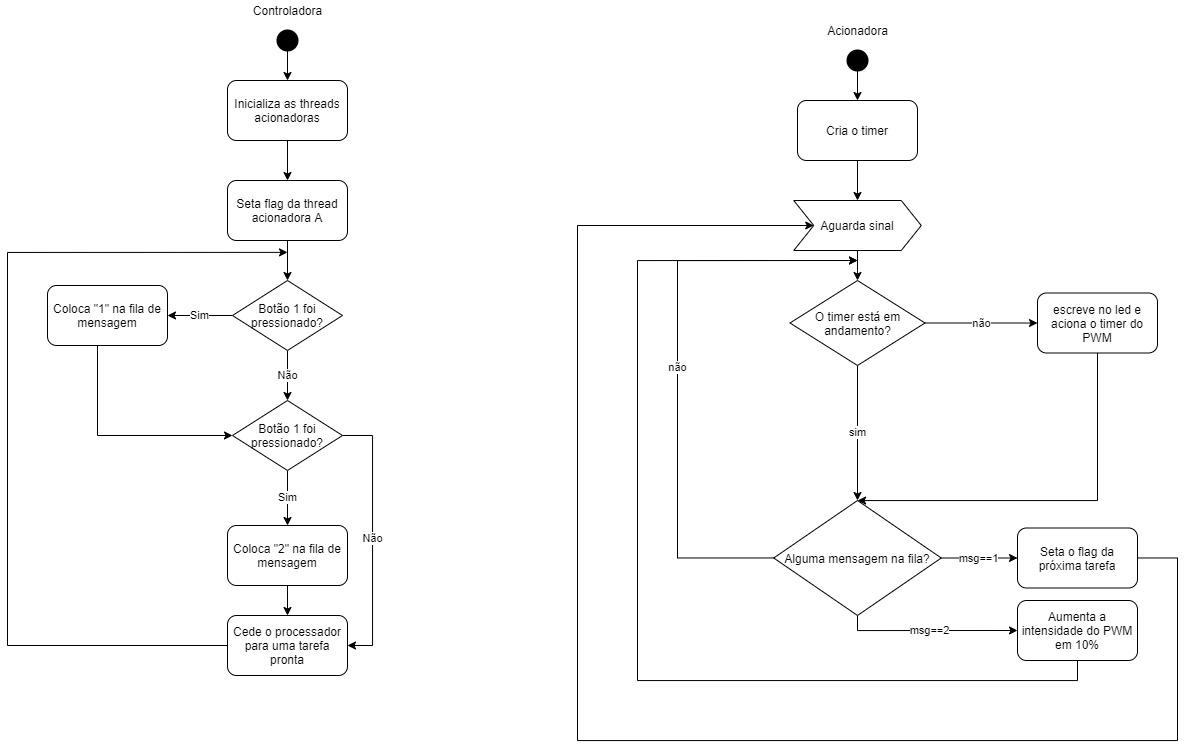
The draw.io diagram Laboratorio_06/diagramas/Diagrama dinâmico.png in Miguelco1/Projetos_Sistemas_Embarcados, before a commit. Source tidied: cells renumbered, new cells last; positions are measured from the earlier drawing's top-left corner, leaving out a move shared by most shapes.
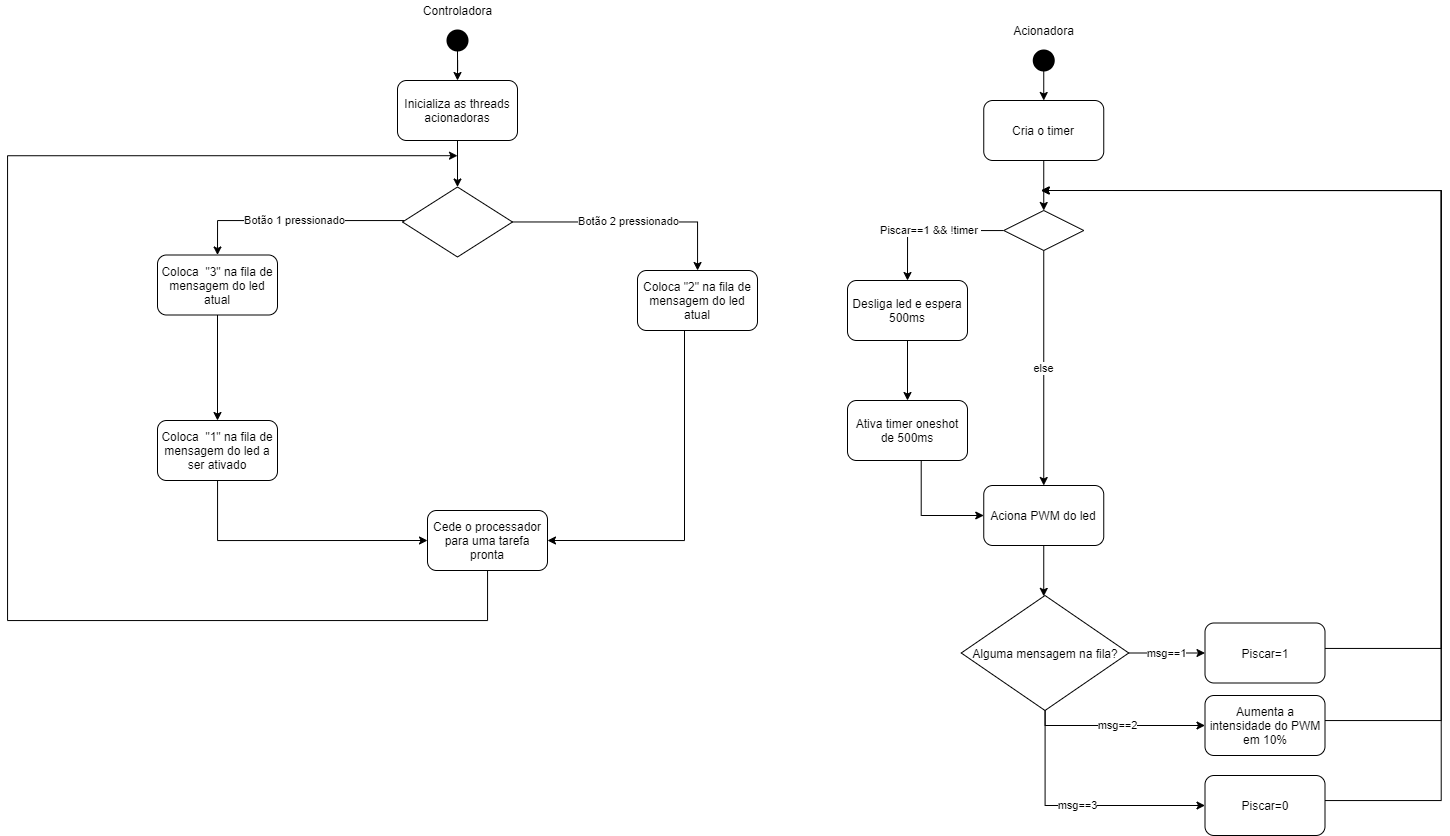
The same diagram one commit later.

Commit message:
Lab6 Fim

Diff of the diagram source:
```diff
@@ -6,165 +6,177 @@
       <mxGeometry relative="1" as="geometry" />
     </mxCell>
     <mxCell id="3" value="&lt;span style=&quot;color: rgba(0 , 0 , 0 , 0) ; font-family: monospace ; font-size: 0px&quot;&gt;con&lt;/span&gt;" style="shape=ellipse;html=1;fillColor=#000000;strokeWidth=2;verticalLabelPosition=bottom;verticalAlignment=top;perimeter=ellipsePerimeter;" parent="1" vertex="1">
-      <mxGeometry x="270" y="30" width="20" height="20" as="geometry" />
+      <mxGeometry x="220" y="30" width="20" height="20" as="geometry" />
     </mxCell>
     <mxCell id="4" value="Controladora" style="text;html=1;align=center;verticalAlign=middle;strokeColor=none;" parent="1" vertex="1">
-      <mxGeometry x="235" width="90" height="20" as="geometry" />
+      <mxGeometry x="185" width="90" height="20" as="geometry" />
     </mxCell>
-    <mxCell id="5" style="edgeStyle=orthogonalEdgeStyle;rounded=0;jettySize=auto;html=1;" parent="1" edge="1" source="6" target="32">
-      <mxGeometry relative="1" as="geometry" />
-    </mxCell>
+    <mxCell id="41" style="edgeStyle=orthogonalEdgeStyle;rounded=0;jettySize=auto;html=1;entryX=0.5;entryY=0;entryDx=0;entryDy=0;" parent="1" edge="1" source="6" target="9">
+      <mxGeometry relative="1" as="geometry" />
+    </mxCell>
     <mxCell id="6" value="Inicializa as threads acionadoras" style="rounded=1;whiteSpace=wrap;html=1;" parent="1" vertex="1">
-      <mxGeometry x="220" y="80" width="120" height="60" as="geometry" />
+      <mxGeometry x="170" y="80" width="120" height="60" as="geometry" />
     </mxCell>
-    <mxCell id="7" value="Não" style="edgeStyle=orthogonalEdgeStyle;rounded=0;jettySize=auto;html=1;entryX=0.5;entryY=0;entryDx=0;entryDy=0;" parent="1" edge="1" source="9" target="12">
-      <mxGeometry relative="1" as="geometry" />
-    </mxCell>
-    <mxCell id="8" value="Sim" style="edgeStyle=orthogonalEdgeStyle;rounded=0;jettySize=auto;html=1;entryX=1;entryY=0.5;entryDx=0;entryDy=0;" parent="1" edge="1" source="9" target="14">
-      <mxGeometry relative="1" as="geometry" />
+    <mxCell id="8" value="Botão 1 pressionado" style="edgeStyle=orthogonalEdgeStyle;rounded=0;jettySize=auto;html=1;entryX=0.5;entryY=0;entryDx=0;entryDy=0;" parent="1" edge="1" source="9" target="14">
+      <mxGeometry relative="1" as="geometry">
+        <Array as="points">
+          <mxPoint x="-10" y="220" />
+        </Array>
+      </mxGeometry>
     </mxCell>
+    <mxCell id="42" value="Botão 2 pressionado" style="edgeStyle=orthogonalEdgeStyle;rounded=0;jettySize=auto;html=1;" parent="1" edge="1" source="9" target="16">
+      <mxGeometry relative="1" as="geometry" />
+    </mxCell>
-    <mxCell id="9" value="Botão 1 foi pressionado?" style="rhombus;whiteSpace=wrap;html=1;" parent="1" vertex="1">
-      <mxGeometry x="225" y="280" width="110" height="70" as="geometry" />
+    <mxCell id="9" style="rhombus;whiteSpace=wrap;html=1;" parent="1" vertex="1">
+      <mxGeometry x="175" y="186.5" width="110" height="70" as="geometry" />
     </mxCell>
-    <mxCell id="10" value="Sim" style="edgeStyle=orthogonalEdgeStyle;rounded=0;jettySize=auto;html=1;" parent="1" edge="1" source="12" target="16">
-      <mxGeometry relative="1" as="geometry" />
-    </mxCell>
-    <mxCell id="11" value="Não" style="edgeStyle=orthogonalEdgeStyle;rounded=0;jettySize=auto;html=1;entryX=1;entryY=0.5;entryDx=0;entryDy=0;" parent="1" edge="1" source="12" target="18">
-      <mxGeometry relative="1" as="geometry">
-        <Array as="points">
-          <mxPoint x="365" y="435" />
-          <mxPoint x="365" y="645" />
-        </Array>
-      </mxGeometry>
-    </mxCell>
-    <mxCell id="12" value="Botão 1 foi pressionado?" style="rhombus;whiteSpace=wrap;html=1;" parent="1" vertex="1">
-      <mxGeometry x="225" y="400" width="110" height="70" as="geometry" />
-    </mxCell>
-    <mxCell id="13" style="edgeStyle=orthogonalEdgeStyle;rounded=0;jettySize=auto;html=1;entryX=0;entryY=0.5;entryDx=0;entryDy=0;" parent="1" edge="1" source="14" target="12">
-      <mxGeometry relative="1" as="geometry">
-        <Array as="points">
-          <mxPoint x="90" y="435" />
-        </Array>
-      </mxGeometry>
-    </mxCell>
+    <mxCell id="43" style="edgeStyle=orthogonalEdgeStyle;rounded=0;jettySize=auto;html=1;entryX=0.5;entryY=0;entryDx=0;entryDy=0;" parent="1" edge="1" source="14" target="50">
+      <mxGeometry relative="1" as="geometry" />
+    </mxCell>
-    <mxCell id="14" value="Coloca &quot;1&quot; na fila de mensagem" style="rounded=1;whiteSpace=wrap;html=1;" parent="1" vertex="1">
-      <mxGeometry x="40" y="285" width="120" height="60" as="geometry" />
+    <mxCell id="14" value="Coloca&amp;nbsp; &quot;3&quot; na fila de mensagem do led atual" style="rounded=1;whiteSpace=wrap;html=1;" parent="1" vertex="1">
+      <mxGeometry x="-70" y="254.5" width="120" height="60" as="geometry" />
     </mxCell>
-    <mxCell id="15" style="edgeStyle=orthogonalEdgeStyle;rounded=0;jettySize=auto;html=1;entryX=0.5;entryY=0;entryDx=0;entryDy=0;" parent="1" edge="1" source="16" target="18">
-      <mxGeometry relative="1" as="geometry" />
+    <mxCell id="15" style="edgeStyle=orthogonalEdgeStyle;rounded=0;jettySize=auto;html=1;entryX=1;entryY=0.5;entryDx=0;entryDy=0;" parent="1" edge="1" source="16" target="18">
+      <mxGeometry relative="1" as="geometry">
+        <Array as="points">
+          <mxPoint x="457" y="540" />
+        </Array>
+      </mxGeometry>
     </mxCell>
-    <mxCell id="16" value="Coloca &quot;2&quot; na fila de mensagem" style="rounded=1;whiteSpace=wrap;html=1;" parent="1" vertex="1">
-      <mxGeometry x="220" y="525" width="120" height="60" as="geometry" />
+    <mxCell id="16" value="Coloca &quot;2&quot; na fila de mensagem do led atual" style="rounded=1;whiteSpace=wrap;html=1;" parent="1" vertex="1">
+      <mxGeometry x="410" y="270" width="120" height="60" as="geometry" />
     </mxCell>
-    <mxCell id="17" style="edgeStyle=orthogonalEdgeStyle;rounded=0;jettySize=auto;html=1;exitX=0;exitY=0.5;exitDx=0;exitDy=0;" parent="1" edge="1" source="18">
-      <mxGeometry relative="1" as="geometry">
-        <mxPoint x="280" y="251.9" as="targetPoint" />
-        <Array as="points">
-          <mxPoint y="645" />
-          <mxPoint y="252" />
-        </Array>
-      </mxGeometry>
-    </mxCell>
+    <mxCell id="44" style="edgeStyle=orthogonalEdgeStyle;rounded=0;jettySize=auto;html=1;" parent="1" edge="1" source="18">
+      <mxGeometry relative="1" as="geometry">
+        <mxPoint x="230" y="155.2" as="targetPoint" />
+        <Array as="points">
+          <mxPoint x="260" y="620" />
+          <mxPoint x="-220" y="620" />
+          <mxPoint x="-220" y="155" />
+        </Array>
+      </mxGeometry>
+    </mxCell>
     <mxCell id="18" value="Cede o processador para uma tarefa pronta" style="rounded=1;whiteSpace=wrap;html=1;" parent="1" vertex="1">
-      <mxGeometry x="220" y="615" width="120" height="60" as="geometry" />
+      <mxGeometry x="200" y="510" width="120" height="60" as="geometry" />
     </mxCell>
-    <mxCell id="19" style="edgeStyle=orthogonalEdgeStyle;rounded=0;jettySize=auto;html=1;entryX=0.5;entryY=0;entryDx=0;entryDy=0;" parent="1" edge="1" source="20" target="23">
+    <mxCell id="19" style="edgeStyle=orthogonalEdgeStyle;rounded=0;jettySize=auto;html=1;entryX=0.5;entryY=0;entryDx=0;entryDy=0;exitX=0.5;exitY=1;exitDx=0;exitDy=0;" parent="1" edge="1" source="20" target="23">
       <mxGeometry relative="1" as="geometry" />
     </mxCell>
     <mxCell id="20" value="&lt;span style=&quot;color: rgba(0 , 0 , 0 , 0) ; font-family: monospace ; font-size: 0px&quot;&gt;con&lt;/span&gt;" style="shape=ellipse;html=1;fillColor=#000000;strokeWidth=2;verticalLabelPosition=bottom;verticalAlignment=top;perimeter=ellipsePerimeter;" parent="1" vertex="1">
-      <mxGeometry x="840" y="50" width="20" height="20" as="geometry" />
+      <mxGeometry x="806.2" y="50" width="20" height="20" as="geometry" />
     </mxCell>
     <mxCell id="21" value="Acionadora" style="text;html=1;align=center;verticalAlign=middle;strokeColor=none;" parent="1" vertex="1">
-      <mxGeometry x="810" y="20" width="80" height="20" as="geometry" />
+      <mxGeometry x="776.2" y="20" width="80" height="20" as="geometry" />
     </mxCell>
-    <mxCell id="22" style="edgeStyle=orthogonalEdgeStyle;rounded=0;jettySize=auto;html=1;entryX=0.5;entryY=0;entryDx=0;entryDy=0;" parent="1" edge="1" source="23" target="34">
-      <mxGeometry relative="1" as="geometry" />
-    </mxCell>
+    <mxCell id="45" style="edgeStyle=orthogonalEdgeStyle;rounded=0;jettySize=auto;html=1;entryX=0.5;entryY=0;entryDx=0;entryDy=0;" parent="1" edge="1" source="23" target="55">
+      <mxGeometry relative="1" as="geometry" />
+    </mxCell>
     <mxCell id="23" value="Cria o timer" style="rounded=1;whiteSpace=wrap;html=1;" parent="1" vertex="1">
-      <mxGeometry x="790" y="100" width="120" height="60" as="geometry" />
+      <mxGeometry x="756.2" y="100" width="120" height="60" as="geometry" />
     </mxCell>
-    <mxCell id="24" value="sim" style="edgeStyle=orthogonalEdgeStyle;rounded=0;jettySize=auto;html=1;entryX=0.5;entryY=0;entryDx=0;entryDy=0;" parent="1" edge="1" source="26" target="30">
-      <mxGeometry relative="1" as="geometry" />
-    </mxCell>
-    <mxCell id="25" value="não" style="edgeStyle=orthogonalEdgeStyle;rounded=0;jettySize=auto;html=1;" parent="1" edge="1" source="26">
-      <mxGeometry relative="1" as="geometry">
-        <mxPoint x="1030" y="322.5" as="targetPoint" />
-      </mxGeometry>
-    </mxCell>
-    <mxCell id="26" value="O timer está em andamento?" style="rhombus;whiteSpace=wrap;html=1;" parent="1" vertex="1">
-      <mxGeometry x="782.5" y="280" width="135" height="85" as="geometry" />
-    </mxCell>
-    <mxCell id="27" value="não" style="edgeStyle=orthogonalEdgeStyle;rounded=0;jettySize=auto;html=1;" parent="1" edge="1" source="30">
-      <mxGeometry relative="1" as="geometry">
-        <mxPoint x="850" y="260" as="targetPoint" />
-        <Array as="points">
-          <mxPoint x="670" y="557" />
-          <mxPoint x="670" y="260" />
-        </Array>
-      </mxGeometry>
-    </mxCell>
     <mxCell id="28" value="msg==1" style="edgeStyle=orthogonalEdgeStyle;rounded=0;jettySize=auto;html=1;" parent="1" edge="1" source="30">
       <mxGeometry relative="1" as="geometry">
-        <mxPoint x="1010" y="557.5" as="targetPoint" />
+        <mxPoint x="977.5" y="652.5" as="targetPoint" />
       </mxGeometry>
     </mxCell>
     <mxCell id="29" value="msg==2" style="edgeStyle=orthogonalEdgeStyle;rounded=0;jettySize=auto;html=1;entryX=0;entryY=0.5;entryDx=0;entryDy=0;" parent="1" edge="1" source="30" target="38">
       <mxGeometry relative="1" as="geometry">
         <Array as="points">
-          <mxPoint x="850" y="630" />
+          <mxPoint x="817.5" y="725" />
         </Array>
       </mxGeometry>
     </mxCell>
+    <mxCell id="46" value="msg==3" style="edgeStyle=orthogonalEdgeStyle;rounded=0;jettySize=auto;html=1;entryX=0;entryY=0.5;entryDx=0;entryDy=0;" parent="1" edge="1" source="30" target="52">
+      <mxGeometry relative="1" as="geometry">
+        <Array as="points">
+          <mxPoint x="817.5" y="805" />
+        </Array>
+      </mxGeometry>
+    </mxCell>
     <mxCell id="30" value="Alguma mensagem na fila?" style="rhombus;whiteSpace=wrap;html=1;" parent="1" vertex="1">
-      <mxGeometry x="766.2" y="500" width="167.5" height="115" as="geometry" />
+      <mxGeometry x="733.8" y="595" width="167.5" height="115" as="geometry" />
     </mxCell>
-    <mxCell id="31" style="edgeStyle=orthogonalEdgeStyle;rounded=0;jettySize=auto;html=1;entryX=0.5;entryY=0;entryDx=0;entryDy=0;" parent="1" edge="1" source="32" target="9">
-      <mxGeometry relative="1" as="geometry" />
-    </mxCell>
-    <mxCell id="32" value="Seta flag da thread acionadora A" style="rounded=1;whiteSpace=wrap;html=1;" parent="1" vertex="1">
-      <mxGeometry x="220" y="180" width="120" height="60" as="geometry" />
-    </mxCell>
-    <mxCell id="33" style="edgeStyle=orthogonalEdgeStyle;rounded=0;jettySize=auto;html=1;entryX=0.5;entryY=0;entryDx=0;entryDy=0;" parent="1" edge="1" source="34" target="26">
-      <mxGeometry relative="1" as="geometry" />
-    </mxCell>
-    <mxCell id="34" value="Aguarda sinal" style="shape=step;perimeter=stepPerimeter;whiteSpace=wrap;html=1;fixedSize=1;rounded=0;sketch=0;shadow=0;" parent="1" vertex="1">
-      <mxGeometry x="786.2" y="200" width="127.5" height="50" as="geometry" />
-    </mxCell>
-    <mxCell id="35" style="edgeStyle=orthogonalEdgeStyle;rounded=0;jettySize=auto;html=1;entryX=0;entryY=0.5;entryDx=0;entryDy=0;" parent="1" edge="1" source="36" target="34">
-      <mxGeometry relative="1" as="geometry">
-        <Array as="points">
-          <mxPoint x="1170" y="557" />
-          <mxPoint x="1170" y="740" />
-          <mxPoint x="570" y="740" />
-          <mxPoint x="570" y="225" />
-        </Array>
-      </mxGeometry>
-    </mxCell>
+    <mxCell id="47" style="edgeStyle=orthogonalEdgeStyle;rounded=0;jettySize=auto;html=1;" parent="1" edge="1" source="36">
+      <mxGeometry relative="1" as="geometry">
+        <mxPoint x="813.8" y="190" as="targetPoint" />
+        <Array as="points">
+          <mxPoint x="1213.8" y="648" />
+          <mxPoint x="1213.8" y="190" />
+        </Array>
+      </mxGeometry>
+    </mxCell>
-    <mxCell id="36" value="Seta o flag da próxima tarefa" style="rounded=1;whiteSpace=wrap;html=1;shadow=0;sketch=0;" parent="1" vertex="1">
-      <mxGeometry x="1010" y="527.5" width="120" height="60" as="geometry" />
+    <mxCell id="36" value="Piscar=1" style="rounded=1;whiteSpace=wrap;html=1;shadow=0;sketch=0;" parent="1" vertex="1">
+      <mxGeometry x="977.5" y="622.5" width="120" height="60" as="geometry" />
     </mxCell>
-    <mxCell id="37" style="edgeStyle=orthogonalEdgeStyle;rounded=0;jettySize=auto;html=1;" parent="1" edge="1" source="38">
-      <mxGeometry relative="1" as="geometry">
-        <mxPoint x="850" y="260" as="targetPoint" />
-        <Array as="points">
-          <mxPoint x="1070" y="680" />
-          <mxPoint x="630" y="680" />
-          <mxPoint x="630" y="260" />
-        </Array>
-      </mxGeometry>
-    </mxCell>
+    <mxCell id="48" style="edgeStyle=orthogonalEdgeStyle;rounded=0;jettySize=auto;html=1;" parent="1" edge="1" source="38">
+      <mxGeometry relative="1" as="geometry">
+        <mxPoint x="813.8" y="190" as="targetPoint" />
+        <Array as="points">
+          <mxPoint x="1213.8" y="720" />
+          <mxPoint x="1213.8" y="190" />
+        </Array>
+      </mxGeometry>
+    </mxCell>
     <mxCell id="38" value="Aumenta a intensidade do PWM em 10%" style="rounded=1;whiteSpace=wrap;html=1;shadow=0;sketch=0;" parent="1" vertex="1">
-      <mxGeometry x="1010" y="600" width="120" height="60" as="geometry" />
+      <mxGeometry x="977.5" y="695" width="120" height="60" as="geometry" />
     </mxCell>
     <mxCell id="39" style="edgeStyle=orthogonalEdgeStyle;rounded=0;jettySize=auto;html=1;" parent="1" edge="1" source="40" target="30">
       <mxGeometry relative="1" as="geometry">
         <Array as="points">
-          <mxPoint x="1090" y="500" />
+          <mxPoint x="816.5" y="595" />
+          <mxPoint x="816.5" y="595" />
         </Array>
       </mxGeometry>
     </mxCell>
-    <mxCell id="40" value="escreve no led e aciona o timer do PWM" style="rounded=1;whiteSpace=wrap;html=1;shadow=0;sketch=0;" parent="1" vertex="1">
-      <mxGeometry x="1030" y="292.5" width="120" height="60" as="geometry" />
+    <mxCell id="40" value="Aciona PWM do led" style="rounded=1;whiteSpace=wrap;html=1;shadow=0;sketch=0;" parent="1" vertex="1">
+      <mxGeometry x="756.2" y="485" width="120" height="60" as="geometry" />
     </mxCell>
+    <mxCell id="49" style="edgeStyle=orthogonalEdgeStyle;rounded=0;jettySize=auto;html=1;entryX=0;entryY=0.5;entryDx=0;entryDy=0;" parent="1" edge="1" source="50" target="18">
+      <mxGeometry relative="1" as="geometry">
+        <Array as="points">
+          <mxPoint x="-10" y="540" />
+        </Array>
+      </mxGeometry>
+    </mxCell>
+    <mxCell id="50" value="Coloca&amp;nbsp; &quot;1&quot; na fila de mensagem do led a ser ativado" style="rounded=1;whiteSpace=wrap;html=1;" parent="1" vertex="1">
+      <mxGeometry x="-70" y="420" width="120" height="60" as="geometry" />
+    </mxCell>
+    <mxCell id="51" style="edgeStyle=orthogonalEdgeStyle;rounded=0;jettySize=auto;html=1;" parent="1" edge="1" source="52">
+      <mxGeometry relative="1" as="geometry">
+        <mxPoint x="813.8" y="190" as="targetPoint" />
+        <Array as="points">
+          <mxPoint x="1213.8" y="800" />
+          <mxPoint x="1213.8" y="190" />
+        </Array>
+      </mxGeometry>
+    </mxCell>
+    <mxCell id="52" value="Piscar=0" style="rounded=1;whiteSpace=wrap;html=1;shadow=0;sketch=0;" parent="1" vertex="1">
+      <mxGeometry x="977.5" y="775" width="120" height="60" as="geometry" />
+    </mxCell>
+    <mxCell id="53" value="Piscar==1 &amp;amp;&amp;amp; !timer&amp;nbsp;" style="edgeStyle=orthogonalEdgeStyle;rounded=0;jettySize=auto;html=1;entryX=0.5;entryY=0;entryDx=0;entryDy=0;" parent="1" edge="1" source="55" target="57">
+      <mxGeometry relative="1" as="geometry" />
+    </mxCell>
+    <mxCell id="54" value="else" style="edgeStyle=orthogonalEdgeStyle;rounded=0;jettySize=auto;html=1;entryX=0.5;entryY=0;entryDx=0;entryDy=0;" parent="1" edge="1" source="55" target="40">
+      <mxGeometry relative="1" as="geometry" />
+    </mxCell>
+    <mxCell id="55" style="rhombus;whiteSpace=wrap;html=1;strokeWidth=1;" parent="1" vertex="1">
+      <mxGeometry x="776.2" y="210" width="80" height="40" as="geometry" />
+    </mxCell>
+    <mxCell id="56" style="edgeStyle=orthogonalEdgeStyle;rounded=0;jettySize=auto;html=1;" parent="1" edge="1" source="57" target="59">
+      <mxGeometry relative="1" as="geometry" />
+    </mxCell>
+    <mxCell id="57" value="Desliga led e espera 500ms" style="rounded=1;whiteSpace=wrap;html=1;strokeWidth=1;" parent="1" vertex="1">
+      <mxGeometry x="620" y="280" width="120" height="60" as="geometry" />
+    </mxCell>
+    <mxCell id="58" style="edgeStyle=orthogonalEdgeStyle;rounded=0;jettySize=auto;html=1;entryX=0;entryY=0.5;entryDx=0;entryDy=0;" parent="1" edge="1" source="59" target="40">
+      <mxGeometry relative="1" as="geometry">
+        <Array as="points">
+          <mxPoint x="693.8" y="515" />
+        </Array>
+      </mxGeometry>
+    </mxCell>
+    <mxCell id="59" value="Ativa timer oneshot de 500ms" style="rounded=1;whiteSpace=wrap;html=1;strokeWidth=1;" parent="1" vertex="1">
+      <mxGeometry x="620" y="400" width="120" height="60" as="geometry" />
+    </mxCell>
   </root>
 </mxGraphModel>
```
